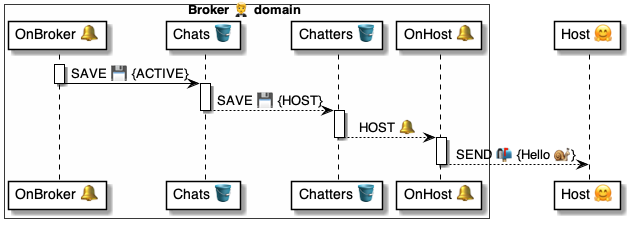
This is 4 ⚙️ Solution/20 🧑‍🦰 UI/Brokers 🤵/🤵🪣 Broker tables/Chatters 👥 table/🪣🧱 23 Host 🔔 event/🤵 OnChatterHost ⚙️ uml.png from pollyweb-org/pollyweb-docs, a PlantUML export, as it was before one commit. Its source is kept beside it as 4 ⚙️ Solution/20 🧑‍🦰 UI/Brokers 🤵/🤵🪣 Broker tables/Chatters 👥 table/🪣🧱 23 Host 🔔 event/🤵 OnChatterHost ⚙️ uml.puml. Source of this version:
```plantuml
@startuml OnChatterHost


box Broker 🤵 domain #FFFFFA
    participant "OnBroker 🔔" as broker
    participant "Chats 🪣" as chats
    participant "Chatters 🪣" as table
    participant "OnHost 🔔" as handler
end box
participant "Host 🤗" as host

activate broker
    broker -> chats: SAVE 💾 {ACTIVE}
deactivate broker


activate chats
    chats --> table: SAVE 💾 {HOST}
deactivate chats

activate table
    table --> handler: HOST 🔔
deactivate table

activate handler
    handler --> host: SEND 📬 {Hello 🐌}
deactivate handler

@enduml
```
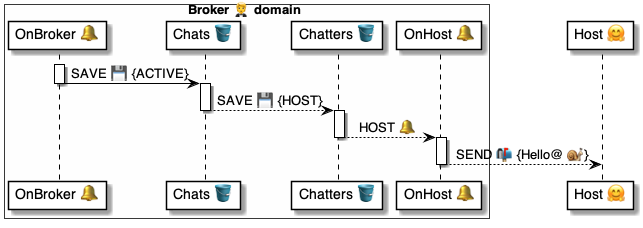
Later version of the same file.

Change to the diagram source:
```diff
@@ -23,7 +23,7 @@
 deactivate table
 
 activate handler
-    handler --> host: SEND 📬 {Hello 🐌}
+    handler --> host: SEND 📬 {Hello@ 🐌}
 deactivate handler
 
 @enduml
```
